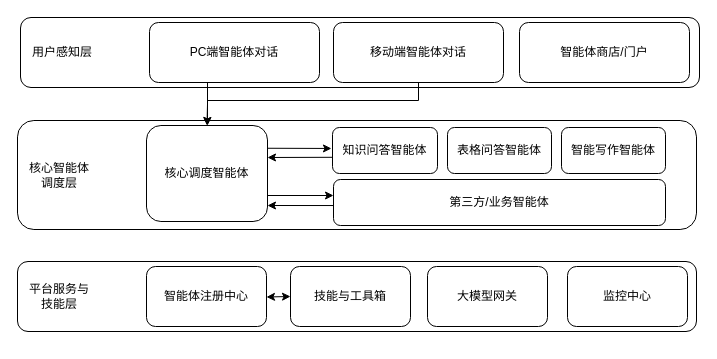
The draw.io diagram 瞳瞳AI.drawio in Qiuzg/fluent, before the edit. Source tidied: cells renumbered, new cells numbered last; positions are measured from the earlier drawing's top-left corner, leaving out a move shared by most shapes. Both pictures are drawn from the tidied source at 100%, with x=0, y=0 at pixel (17, 17).
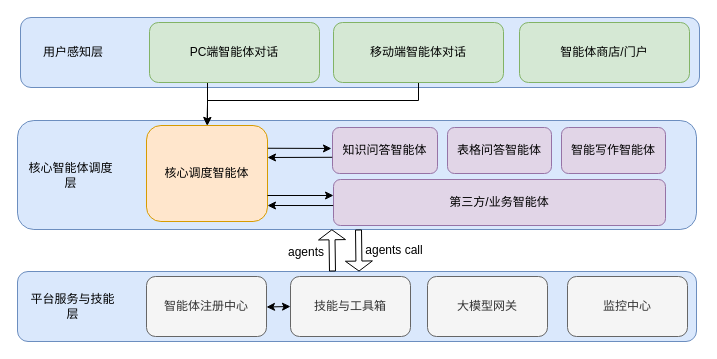
Above is the later version.

What changed in the source:
```diff
@@
-    <mxCell id="2" style="rounded=1;whiteSpace=wrap;html=1;" parent="1" vertex="1">
+    <mxCell id="2" style="rounded=1;whiteSpace=wrap;html=1;fillColor=#dae8fc;strokeColor=#6c8ebf;fontFamily=微软雅黑;" parent="1" vertex="1">
       <mxGeometry y="103" width="679" height="109" as="geometry" />
     </mxCell>
-    <mxCell id="3" style="rounded=1;whiteSpace=wrap;html=1;" parent="1" vertex="1">
+    <mxCell id="3" style="rounded=1;whiteSpace=wrap;html=1;fillColor=#dae8fc;strokeColor=#6c8ebf;fontFamily=微软雅黑;" parent="1" vertex="1">
       <mxGeometry x="3" width="679" height="70" as="geometry" />
     </mxCell>
-    <mxCell id="4" value="用户感知层" style="text;html=1;whiteSpace=wrap;strokeColor=none;fillColor=none;align=center;verticalAlign=middle;rounded=0;" parent="1" vertex="1">
-      <mxGeometry x="10" y="20" width="70" height="30" as="geometry" />
+    <mxCell id="4" value="用户感知层" style="text;html=1;whiteSpace=wrap;strokeColor=none;fillColor=none;align=center;verticalAlign=middle;rounded=0;fontFamily=微软雅黑;" parent="1" vertex="1">
+      <mxGeometry x="20.5" y="20" width="70" height="30" as="geometry" />
     </mxCell>
-    <mxCell id="5" style="edgeStyle=orthogonalEdgeStyle;rounded=0;jettySize=auto;html=1;entryX=0.5;entryY=0;entryDx=0;entryDy=0;" parent="1" edge="1" source="6" target="11">
+    <mxCell id="5" style="edgeStyle=orthogonalEdgeStyle;rounded=0;jettySize=auto;html=1;entryX=0.5;entryY=0;entryDx=0;entryDy=0;fontFamily=微软雅黑;" parent="1" edge="1" source="6" target="11">
       <mxGeometry relative="1" as="geometry">
         <Array as="points">
           <mxPoint x="190" y="87" />
           <mxPoint x="189" y="87" />
         </Array>
       </mxGeometry>
     </mxCell>
-    <mxCell id="6" value="PC端智能体对话" style="rounded=1;whiteSpace=wrap;html=1;" parent="1" vertex="1">
+    <mxCell id="6" value="PC端智能体对话" style="rounded=1;whiteSpace=wrap;html=1;fillColor=#d5e8d4;strokeColor=#82b366;fontFamily=微软雅黑;" parent="1" vertex="1">
       <mxGeometry x="132" y="5" width="170" height="60" as="geometry" />
     </mxCell>
-    <mxCell id="7" style="edgeStyle=orthogonalEdgeStyle;rounded=0;jettySize=auto;html=1;" parent="1" edge="1" source="8" target="11">
+    <mxCell id="7" style="edgeStyle=orthogonalEdgeStyle;rounded=0;jettySize=auto;html=1;fontFamily=微软雅黑;" parent="1" edge="1" source="8" target="11">
       <mxGeometry relative="1" as="geometry">
         <Array as="points">
           <mxPoint x="401" y="83" />
           <mxPoint x="190" y="83" />
         </Array>
       </mxGeometry>
     </mxCell>
-    <mxCell id="8" value="移动端智能体对话" style="rounded=1;whiteSpace=wrap;html=1;" parent="1" vertex="1">
+    <mxCell id="8" value="移动端智能体对话" style="rounded=1;whiteSpace=wrap;html=1;fillColor=#d5e8d4;strokeColor=#82b366;fontFamily=微软雅黑;" parent="1" vertex="1">
       <mxGeometry x="316" y="5" width="170" height="60" as="geometry" />
     </mxCell>
-    <mxCell id="9" value="智能体商店/门户" style="rounded=1;whiteSpace=wrap;html=1;" parent="1" vertex="1">
+    <mxCell id="9" value="智能体商店/门户" style="rounded=1;whiteSpace=wrap;html=1;fillColor=#d5e8d4;strokeColor=#82b366;fontFamily=微软雅黑;" parent="1" vertex="1">
       <mxGeometry x="502" y="5" width="170" height="60" as="geometry" />
     </mxCell>
-    <mxCell id="10" value="核心智能体调度层" style="text;html=1;whiteSpace=wrap;strokeColor=none;fillColor=none;align=center;verticalAlign=middle;rounded=0;" parent="1" vertex="1">
-      <mxGeometry x="7" y="142.5" width="70" height="30" as="geometry" />
+    <mxCell id="10" value="核心智能体调度层" style="text;html=1;whiteSpace=wrap;strokeColor=none;fillColor=none;align=center;verticalAlign=middle;rounded=0;fontFamily=微软雅黑;" parent="1" vertex="1">
+      <mxGeometry x="7" y="142.5" width="93" height="30" as="geometry" />
     </mxCell>
-    <mxCell id="11" value="核心调度智能体" style="rounded=1;whiteSpace=wrap;html=1;" parent="1" vertex="1">
+    <mxCell id="11" value="核心调度智能体" style="rounded=1;whiteSpace=wrap;html=1;fontFamily=微软雅黑;fillColor=#ffe6cc;strokeColor=#d79b00;" parent="1" vertex="1">
       <mxGeometry x="129" y="108" width="121" height="96" as="geometry" />
     </mxCell>
-    <mxCell id="12" value="知识问答智能体" style="rounded=1;whiteSpace=wrap;html=1;" parent="1" vertex="1">
+    <mxCell id="12" value="知识问答智能体" style="rounded=1;whiteSpace=wrap;html=1;fillColor=#e1d5e7;strokeColor=#9673a6;fontFamily=微软雅黑;" parent="1" vertex="1">
       <mxGeometry x="315" y="110" width="105" height="46" as="geometry" />
     </mxCell>
-    <mxCell id="13" value="表格问答智能体" style="rounded=1;whiteSpace=wrap;html=1;" parent="1" vertex="1">
+    <mxCell id="13" value="表格问答智能体" style="rounded=1;whiteSpace=wrap;html=1;fillColor=#e1d5e7;strokeColor=#9673a6;fontFamily=微软雅黑;" parent="1" vertex="1">
       <mxGeometry x="430" y="110" width="104" height="46" as="geometry" />
     </mxCell>
-    <mxCell id="14" value="智能写作智能体" style="rounded=1;whiteSpace=wrap;html=1;" parent="1" vertex="1">
+    <mxCell id="14" value="智能写作智能体" style="rounded=1;whiteSpace=wrap;html=1;fillColor=#e1d5e7;strokeColor=#9673a6;fontFamily=微软雅黑;" parent="1" vertex="1">
       <mxGeometry x="544" y="110" width="104" height="46" as="geometry" />
     </mxCell>
-    <mxCell id="15" value="第三方/业务智能体" style="rounded=1;whiteSpace=wrap;html=1;" parent="1" vertex="1">
+    <mxCell id="15" value="第三方/业务智能体" style="rounded=1;whiteSpace=wrap;html=1;fillColor=#e1d5e7;strokeColor=#9673a6;fontFamily=微软雅黑;" parent="1" vertex="1">
       <mxGeometry x="316" y="162" width="332" height="46" as="geometry" />
     </mxCell>
-    <mxCell id="16" style="rounded=1;whiteSpace=wrap;html=1;" parent="1" vertex="1">
-      <mxGeometry y="244" width="679" height="70" as="geometry" />
+    <mxCell id="16" style="rounded=1;whiteSpace=wrap;html=1;fillColor=#dae8fc;strokeColor=#6c8ebf;fontFamily=微软雅黑;" parent="1" vertex="1">
+      <mxGeometry y="254" width="679" height="70" as="geometry" />
     </mxCell>
-    <mxCell id="17" value="平台服务与技能层" style="text;html=1;whiteSpace=wrap;strokeColor=none;fillColor=none;align=center;verticalAlign=middle;rounded=0;" parent="1" vertex="1">
-      <mxGeometry x="7" y="264" width="70" height="30" as="geometry" />
+    <mxCell id="17" value="平台服务与技能层" style="text;html=1;whiteSpace=wrap;strokeColor=none;fillColor=none;align=center;verticalAlign=middle;rounded=0;fontFamily=微软雅黑;" parent="1" vertex="1">
+      <mxGeometry x="7" y="274" width="97" height="30" as="geometry" />
     </mxCell>
-    <mxCell id="18" value="智能体注册中心" style="rounded=1;whiteSpace=wrap;html=1;" parent="1" vertex="1">
-      <mxGeometry x="129" y="249" width="120" height="60" as="geometry" />
+    <mxCell id="18" value="智能体注册中心" style="rounded=1;whiteSpace=wrap;html=1;fontFamily=微软雅黑;fillColor=#f5f5f5;fontColor=#333333;strokeColor=#666666;" parent="1" vertex="1">
+      <mxGeometry x="129" y="259" width="120" height="60" as="geometry" />
     </mxCell>
-    <mxCell id="19" value="技能与工具箱" style="rounded=1;whiteSpace=wrap;html=1;" parent="1" vertex="1">
-      <mxGeometry x="273" y="249" width="120" height="60" as="geometry" />
+    <mxCell id="19" value="技能与工具箱" style="rounded=1;whiteSpace=wrap;html=1;fontFamily=微软雅黑;fillColor=#f5f5f5;fontColor=#333333;strokeColor=#666666;" parent="1" vertex="1">
+      <mxGeometry x="273" y="259" width="120" height="60" as="geometry" />
     </mxCell>
-    <mxCell id="20" value="大模型网关" style="rounded=1;whiteSpace=wrap;html=1;" parent="1" vertex="1">
-      <mxGeometry x="410" y="249" width="120" height="60" as="geometry" />
+    <mxCell id="20" value="大模型网关" style="rounded=1;whiteSpace=wrap;html=1;fontFamily=微软雅黑;fillColor=#f5f5f5;fontColor=#333333;strokeColor=#666666;" parent="1" vertex="1">
+      <mxGeometry x="410" y="259" width="120" height="60" as="geometry" />
     </mxCell>
-    <mxCell id="21" value="监控中心" style="rounded=1;whiteSpace=wrap;html=1;" parent="1" vertex="1">
-      <mxGeometry x="550" y="249" width="120" height="60" as="geometry" />
+    <mxCell id="21" value="监控中心" style="rounded=1;whiteSpace=wrap;html=1;fontFamily=微软雅黑;fillColor=#f5f5f5;fontColor=#333333;strokeColor=#666666;" parent="1" vertex="1">
+      <mxGeometry x="550" y="259" width="120" height="60" as="geometry" />
     </mxCell>
-    <mxCell id="22" style="endArrow=classic;startArrow=classic;html=1;rounded=0;entryX=0;entryY=0.5;entryDx=0;entryDy=0;" parent="1" edge="1" target="19">
+    <mxCell id="22" style="endArrow=classic;startArrow=classic;html=1;rounded=0;entryX=0;entryY=0.5;entryDx=0;entryDy=0;fontFamily=微软雅黑;" parent="1" edge="1" target="19">
       <mxGeometry relative="1" as="geometry">
-        <mxPoint x="249" y="279.5" as="sourcePoint" />
+        <mxPoint x="249" y="289.5" as="sourcePoint" />
       </mxGeometry>
     </mxCell>
-    <mxCell id="23" style="endArrow=classic;html=1;rounded=0;exitX=1.003;exitY=0.237;exitDx=0;exitDy=0;exitPerimeter=0;entryX=-0.01;entryY=0.456;entryDx=0;entryDy=0;entryPerimeter=0;" parent="1" edge="1" source="11" target="12">
+    <mxCell id="23" style="endArrow=classic;html=1;rounded=0;exitX=1.003;exitY=0.237;exitDx=0;exitDy=0;exitPerimeter=0;entryX=-0.01;entryY=0.456;entryDx=0;entryDy=0;entryPerimeter=0;fontFamily=微软雅黑;" parent="1" edge="1" source="11" target="12">
       <mxGeometry relative="1" as="geometry" />
     </mxCell>
-    <mxCell id="24" style="endArrow=classic;html=1;rounded=0;entryX=-0.01;entryY=0.456;entryDx=0;entryDy=0;entryPerimeter=0;" parent="1" edge="1">
+    <mxCell id="24" style="endArrow=classic;html=1;rounded=0;entryX=-0.01;entryY=0.456;entryDx=0;entryDy=0;entryPerimeter=0;fontFamily=微软雅黑;" parent="1" edge="1">
       <mxGeometry relative="1" as="geometry">
         <mxPoint x="250" y="178" as="sourcePoint" />
         <mxPoint x="316" y="178" as="targetPoint" />
       </mxGeometry>
     </mxCell>
-    <mxCell id="25" style="endArrow=classic;html=1;rounded=0;exitX=-0.003;exitY=0.648;exitDx=0;exitDy=0;exitPerimeter=0;" parent="1" edge="1" source="12">
+    <mxCell id="25" style="endArrow=classic;html=1;rounded=0;exitX=-0.003;exitY=0.648;exitDx=0;exitDy=0;exitPerimeter=0;fontFamily=微软雅黑;" parent="1" edge="1" source="12">
       <mxGeometry relative="1" as="geometry">
         <mxPoint x="250" y="140" as="targetPoint" />
       </mxGeometry>
     </mxCell>
-    <mxCell id="26" style="endArrow=classic;html=1;rounded=0;exitX=-0.001;exitY=0.566;exitDx=0;exitDy=0;exitPerimeter=0;" parent="1" edge="1" source="15">
+    <mxCell id="26" style="endArrow=classic;html=1;rounded=0;exitX=-0.001;exitY=0.566;exitDx=0;exitDy=0;exitPerimeter=0;fontFamily=微软雅黑;" parent="1" edge="1" source="15">
       <mxGeometry relative="1" as="geometry">
         <mxPoint x="250" y="188" as="targetPoint" />
       </mxGeometry>
     </mxCell>
+    <mxCell id="27" style="shape=flexArrow;endArrow=classic;startArrow=none;html=1;rounded=0;endSize=3;startSize=3;entryX=0.463;entryY=0.998;entryDx=0;entryDy=0;entryPerimeter=0;sourcePerimeterSpacing=0;width=6;startFill=0;fontFamily=微软雅黑;" parent="1" edge="1" target="2">
+      <mxGeometry relative="1" as="geometry">
+        <mxPoint x="315" y="254" as="sourcePoint" />
+      </mxGeometry>
+    </mxCell>
+    <mxCell id="28" value="agents" style="text;html=1;whiteSpace=wrap;strokeColor=none;fillColor=none;align=center;verticalAlign=middle;rounded=0;fontFamily=微软雅黑;" parent="1" vertex="1">
+      <mxGeometry x="259" y="220" width="60" height="30" as="geometry" />
+    </mxCell>
+    <mxCell id="29" style="shape=flexArrow;endArrow=classic;startArrow=none;html=1;rounded=0;endSize=3;startSize=3;sourcePerimeterSpacing=0;width=6;startFill=0;entryX=0.503;entryY=0.001;entryDx=0;entryDy=0;entryPerimeter=0;fontFamily=微软雅黑;" parent="1" edge="1" target="16">
+      <mxGeometry relative="1" as="geometry">
+        <mxPoint x="341" y="212" as="sourcePoint" />
+      </mxGeometry>
+    </mxCell>
+    <mxCell id="30" value="agents call" style="text;html=1;whiteSpace=wrap;strokeColor=none;fillColor=none;align=center;verticalAlign=middle;rounded=0;fontFamily=微软雅黑;" parent="1" vertex="1">
+      <mxGeometry x="347" y="218" width="60" height="30" as="geometry" />
+    </mxCell>
```
